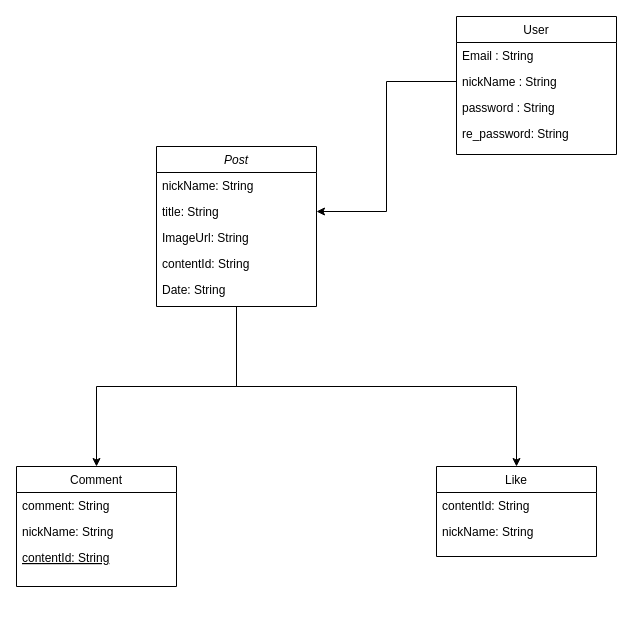
This is Untitled Diagram.drawio from wea9677/Hanghae-mini, a draw.io file, before an edit. Source tidied: cells renumbered, new cells numbered last; positions are measured from the earlier drawing's top-left corner, leaving out a move shared by most shapes. Both pictures are drawn from the tidied source at 100%, with x=0, y=0 at pixel (16, 16).
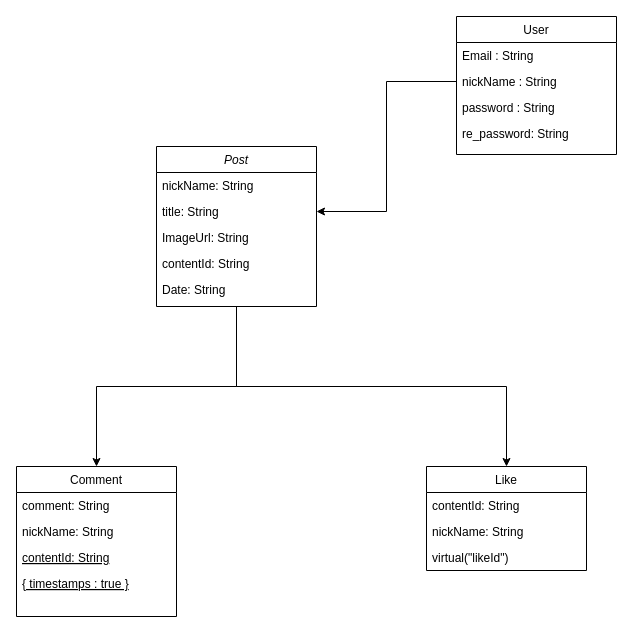
The same diagram, later.

What changed in the source:
```diff
@@
     <mxCell id="10" value="Comment" style="swimlane;fontStyle=0;align=center;verticalAlign=top;horizontal=1;startSize=26;rounded=0;shadow=0;strokeWidth=1;" parent="1" vertex="1">
-      <mxGeometry y="450" width="160" height="120" as="geometry" />
+      <mxGeometry y="450" width="160" height="150" as="geometry" />
     </mxCell>
@@
+    <mxCell id="23" value="{ timestamps : true }" style="text;align=left;verticalAlign=top;spacingLeft=4;spacingRight=4;overflow=hidden;fontStyle=4;" parent="10" vertex="1">
+      <mxGeometry y="104" width="160" height="26" as="geometry" />
+    </mxCell>
     <mxCell id="14" value="Like" style="swimlane;fontStyle=0;align=center;verticalAlign=top;horizontal=1;startSize=26;rounded=0;shadow=0;strokeWidth=1;" parent="1" vertex="1">
-      <mxGeometry x="420" y="450" width="160" height="90" as="geometry" />
+      <mxGeometry x="410" y="450" width="160" height="104" as="geometry" />
     </mxCell>
@@
+    <mxCell id="24" value="virtual(&quot;likeId&quot;)" style="text;align=left;verticalAlign=top;spacingLeft=4;spacingRight=4;overflow=hidden;rounded=0;shadow=0;html=0;" parent="14" vertex="1">
+      <mxGeometry y="78" width="160" height="26" as="geometry" />
+    </mxCell>
```
